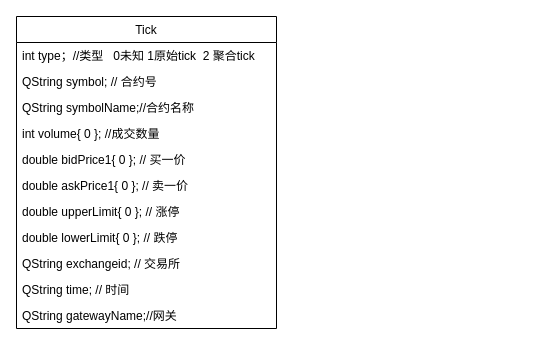
githubLogger/ProjectDocument keeps this draw.io diagram as 数据结构设计.drawio. Above is the earlier version. Source tidied: cells renumbered, new cells numbered last; positions are measured from the earlier drawing's top-left corner, leaving out a move shared by most shapes. Both pictures are drawn from the tidied source at 100%, with x=0, y=0 at pixel (16, 16).
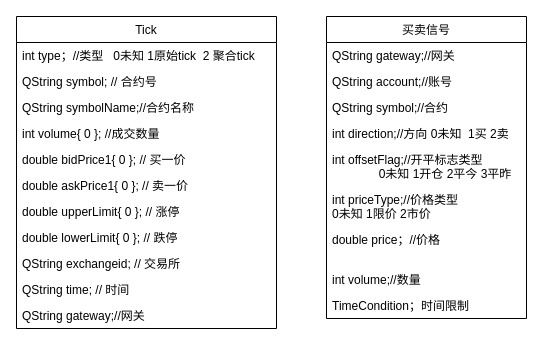
The same page after the edit.

Unchanged cells that the change refers to:
```xml
<mxCell id="2" value="Tick" style="swimlane;fontStyle=0;horizontal=1;startSize=26;fillColor=none;" parent="1" vertex="1">
  <mxGeometry width="260" height="312" as="geometry" />
</mxCell>
```

What changed in the source:
```diff
@@
-    <mxCell id="13" value="QString gatewayName;//网关" style="text;strokeColor=none;fillColor=none;align=left;verticalAlign=top;spacingLeft=4;spacingRight=4;overflow=hidden;fontStyle=0;" parent="2" vertex="1">
+    <mxCell id="13" value="QString gateway;//网关" style="text;strokeColor=none;fillColor=none;align=left;verticalAlign=top;spacingLeft=4;spacingRight=4;overflow=hidden;fontStyle=0;" parent="2" vertex="1">
       <mxGeometry y="286" width="260" height="26" as="geometry" />
     </mxCell>
+    <mxCell id="14" value="买卖信号" style="swimlane;fontStyle=0;horizontal=1;startSize=26;fillColor=none;" parent="1" vertex="1">
+      <mxGeometry x="310" width="200" height="302" as="geometry" />
+    </mxCell>
+    <mxCell id="15" value="QString gateway;//网关" style="text;strokeColor=none;fillColor=none;align=left;verticalAlign=top;spacingLeft=4;spacingRight=4;overflow=hidden;" parent="14" vertex="1">
+      <mxGeometry y="26" width="200" height="26" as="geometry" />
+    </mxCell>
+    <mxCell id="16" value="QString account;//账号" style="text;strokeColor=none;fillColor=none;align=left;verticalAlign=top;spacingLeft=4;spacingRight=4;overflow=hidden;" parent="14" vertex="1">
+      <mxGeometry y="52" width="200" height="26" as="geometry" />
+    </mxCell>
+    <mxCell id="17" value="QString symbol;//合约" style="text;strokeColor=none;fillColor=none;align=left;verticalAlign=top;spacingLeft=4;spacingRight=4;overflow=hidden;" parent="14" vertex="1">
+      <mxGeometry y="78" width="200" height="26" as="geometry" />
+    </mxCell>
+    <mxCell id="18" value="int direction;//方向 0未知  1买 2卖" style="text;strokeColor=none;fillColor=none;align=left;verticalAlign=top;spacingLeft=4;spacingRight=4;overflow=hidden;" parent="14" vertex="1">
+      <mxGeometry y="104" width="200" height="26" as="geometry" />
+    </mxCell>
+    <mxCell id="19" value="int offsetFlag;//开平标志类型 &#10;              0未知 1开仓 2平今 3平昨" style="text;strokeColor=none;fillColor=none;align=left;verticalAlign=top;spacingLeft=4;spacingRight=4;overflow=hidden;" parent="14" vertex="1">
+      <mxGeometry y="130" width="200" height="40" as="geometry" />
+    </mxCell>
+    <mxCell id="20" value="int priceType;//价格类型 &#10;0未知 1限价 2市价" style="text;strokeColor=none;fillColor=none;align=left;verticalAlign=top;spacingLeft=4;spacingRight=4;overflow=hidden;" parent="14" vertex="1">
+      <mxGeometry y="170" width="200" height="40" as="geometry" />
+    </mxCell>
+    <mxCell id="21" value="double price；//价格" style="text;strokeColor=none;fillColor=none;align=left;verticalAlign=top;spacingLeft=4;spacingRight=4;overflow=hidden;" parent="14" vertex="1">
+      <mxGeometry y="210" width="200" height="40" as="geometry" />
+    </mxCell>
+    <mxCell id="22" value="int volume;//数量" style="text;strokeColor=none;fillColor=none;align=left;verticalAlign=top;spacingLeft=4;spacingRight=4;overflow=hidden;" parent="14" vertex="1">
+      <mxGeometry y="250" width="200" height="26" as="geometry" />
+    </mxCell>
+    <mxCell id="23" value="TimeCondition；时间限制" style="text;strokeColor=none;fillColor=none;align=left;verticalAlign=top;spacingLeft=4;spacingRight=4;overflow=hidden;" parent="14" vertex="1">
+      <mxGeometry y="276" width="200" height="26" as="geometry" />
+    </mxCell>
```
